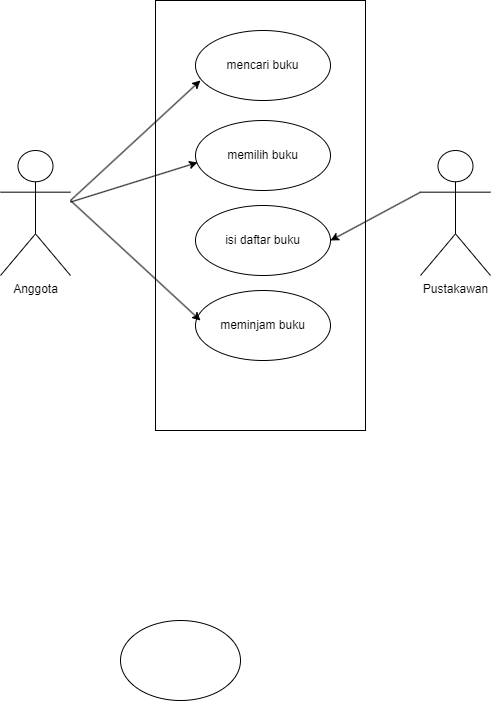
Above: use case.drawio.png in c3company/perpusDigital (draw.io), before the change. Source tidied: cells renumbered, new cells last; positions are measured from the earlier drawing's top-left corner, leaving out a move shared by most shapes. Source of this version:
```xml
<mxGraphModel>
  <root>
    <mxCell id="0" />
    <mxCell id="1" parent="0" />
    <mxCell id="2" style="ellipse;whiteSpace=wrap;html=1;" parent="1" vertex="1">
      <mxGeometry x="120" y="620" width="120" height="80" as="geometry" />
    </mxCell>
    <mxCell id="3" style="rounded=0;whiteSpace=wrap;html=1;" parent="1" vertex="1">
      <mxGeometry x="155" width="210" height="430" as="geometry" />
    </mxCell>
    <mxCell id="4" value="mencari buku" style="ellipse;whiteSpace=wrap;html=1;" parent="1" vertex="1">
      <mxGeometry x="195" y="30" width="135" height="70" as="geometry" />
    </mxCell>
    <mxCell id="5" value="Anggota" style="shape=umlActor;verticalLabelPosition=bottom;verticalAlign=top;html=1;outlineConnect=0;" parent="1" vertex="1">
      <mxGeometry y="150" width="70" height="125" as="geometry" />
    </mxCell>
    <mxCell id="6" value="Pustakawan" style="shape=umlActor;verticalLabelPosition=bottom;verticalAlign=top;html=1;outlineConnect=0;" parent="1" vertex="1">
      <mxGeometry x="420" y="150" width="70" height="125" as="geometry" />
    </mxCell>
    <mxCell id="7" value="memilih buku" style="ellipse;whiteSpace=wrap;html=1;" parent="1" vertex="1">
      <mxGeometry x="195" y="120" width="135" height="70" as="geometry" />
    </mxCell>
    <mxCell id="8" value="isi daftar buku" style="ellipse;whiteSpace=wrap;html=1;" parent="1" vertex="1">
      <mxGeometry x="195" y="205" width="135" height="70" as="geometry" />
    </mxCell>
    <mxCell id="9" value="meminjam buku" style="ellipse;whiteSpace=wrap;html=1;" parent="1" vertex="1">
      <mxGeometry x="195" y="290" width="135" height="70" as="geometry" />
    </mxCell>
    <mxCell id="10" style="endArrow=classic;html=1;rounded=0;entryX=0.214;entryY=0.186;entryDx=0;entryDy=0;entryPerimeter=0;" parent="1" edge="1" target="3">
      <mxGeometry relative="1" as="geometry">
        <mxPoint x="70" y="200" as="sourcePoint" />
      </mxGeometry>
    </mxCell>
    <mxCell id="11" style="endArrow=classic;html=1;rounded=0;entryX=0.015;entryY=0.6;entryDx=0;entryDy=0;entryPerimeter=0;" parent="1" edge="1" source="5" target="7">
      <mxGeometry relative="1" as="geometry" />
    </mxCell>
    <mxCell id="12" style="endArrow=classic;html=1;rounded=0;entryX=0.037;entryY=0.429;entryDx=0;entryDy=0;entryPerimeter=0;" parent="1" edge="1" target="9">
      <mxGeometry relative="1" as="geometry">
        <mxPoint x="70" y="200" as="sourcePoint" />
      </mxGeometry>
    </mxCell>
    <mxCell id="13" style="endArrow=classic;html=1;rounded=0;entryX=1;entryY=0.5;entryDx=0;entryDy=0;exitX=0;exitY=0.3333333333333333;exitDx=0;exitDy=0;exitPerimeter=0;" parent="1" edge="1" source="6" target="8">
      <mxGeometry relative="1" as="geometry" />
    </mxCell>
  </root>
</mxGraphModel>
```
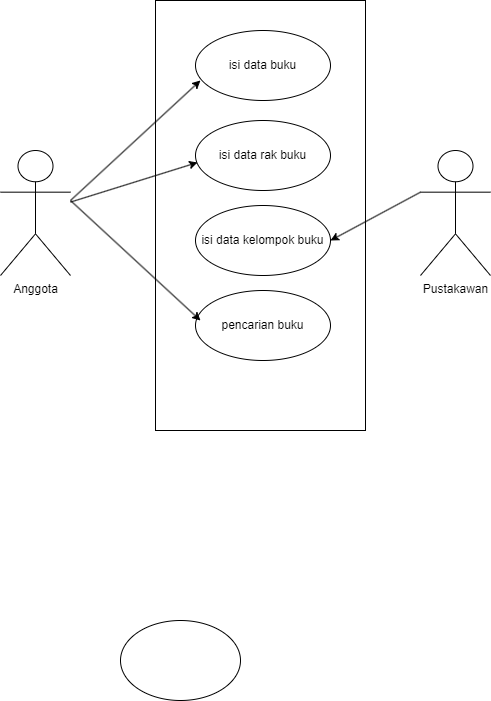
Above is the later version.

The edit, as a diff of the source:
```diff
@@ -8,7 +8,7 @@
     <mxCell id="3" style="rounded=0;whiteSpace=wrap;html=1;" parent="1" vertex="1">
       <mxGeometry x="155" width="210" height="430" as="geometry" />
     </mxCell>
-    <mxCell id="4" value="mencari buku" style="ellipse;whiteSpace=wrap;html=1;" parent="1" vertex="1">
+    <mxCell id="4" value="isi data buku" style="ellipse;whiteSpace=wrap;html=1;" parent="1" vertex="1">
       <mxGeometry x="195" y="30" width="135" height="70" as="geometry" />
     </mxCell>
     <mxCell id="5" value="Anggota" style="shape=umlActor;verticalLabelPosition=bottom;verticalAlign=top;html=1;outlineConnect=0;" parent="1" vertex="1">
@@ -17,13 +17,13 @@
     <mxCell id="6" value="Pustakawan" style="shape=umlActor;verticalLabelPosition=bottom;verticalAlign=top;html=1;outlineConnect=0;" parent="1" vertex="1">
       <mxGeometry x="420" y="150" width="70" height="125" as="geometry" />
     </mxCell>
-    <mxCell id="7" value="memilih buku" style="ellipse;whiteSpace=wrap;html=1;" parent="1" vertex="1">
+    <mxCell id="7" value="isi data rak buku" style="ellipse;whiteSpace=wrap;html=1;" parent="1" vertex="1">
       <mxGeometry x="195" y="120" width="135" height="70" as="geometry" />
     </mxCell>
-    <mxCell id="8" value="isi daftar buku" style="ellipse;whiteSpace=wrap;html=1;" parent="1" vertex="1">
+    <mxCell id="8" value="isi data kelompok buku" style="ellipse;whiteSpace=wrap;html=1;" parent="1" vertex="1">
       <mxGeometry x="195" y="205" width="135" height="70" as="geometry" />
     </mxCell>
-    <mxCell id="9" value="meminjam buku" style="ellipse;whiteSpace=wrap;html=1;" parent="1" vertex="1">
+    <mxCell id="9" value="pencarian buku" style="ellipse;whiteSpace=wrap;html=1;" parent="1" vertex="1">
       <mxGeometry x="195" y="290" width="135" height="70" as="geometry" />
     </mxCell>
     <mxCell id="10" style="endArrow=classic;html=1;rounded=0;entryX=0.214;entryY=0.186;entryDx=0;entryDy=0;entryPerimeter=0;" parent="1" edge="1" target="3">
```
